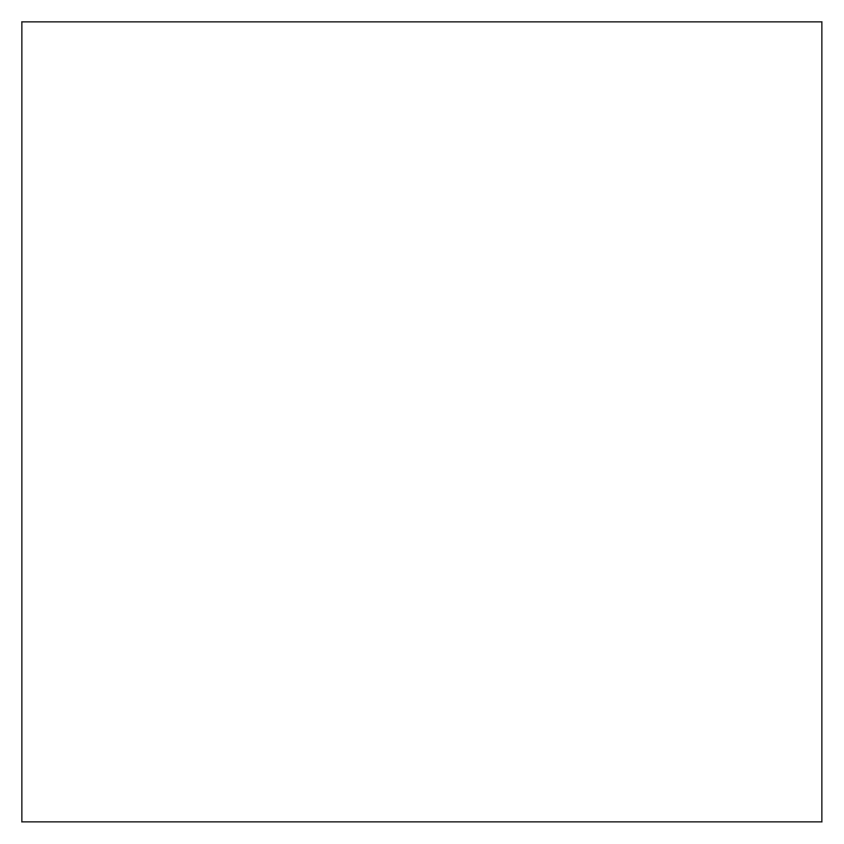
Above: SystemArchitecture.drawio in dikshyarai10/CHMD- (draw.io), before the change. Source tidied: cells renumbered, new cells numbered last; positions are measured from the earlier drawing's top-left corner, leaving out a move shared by most shapes. Both pictures are drawn from the tidied source at 125%, with x=0, y=0 at pixel (21, 21).
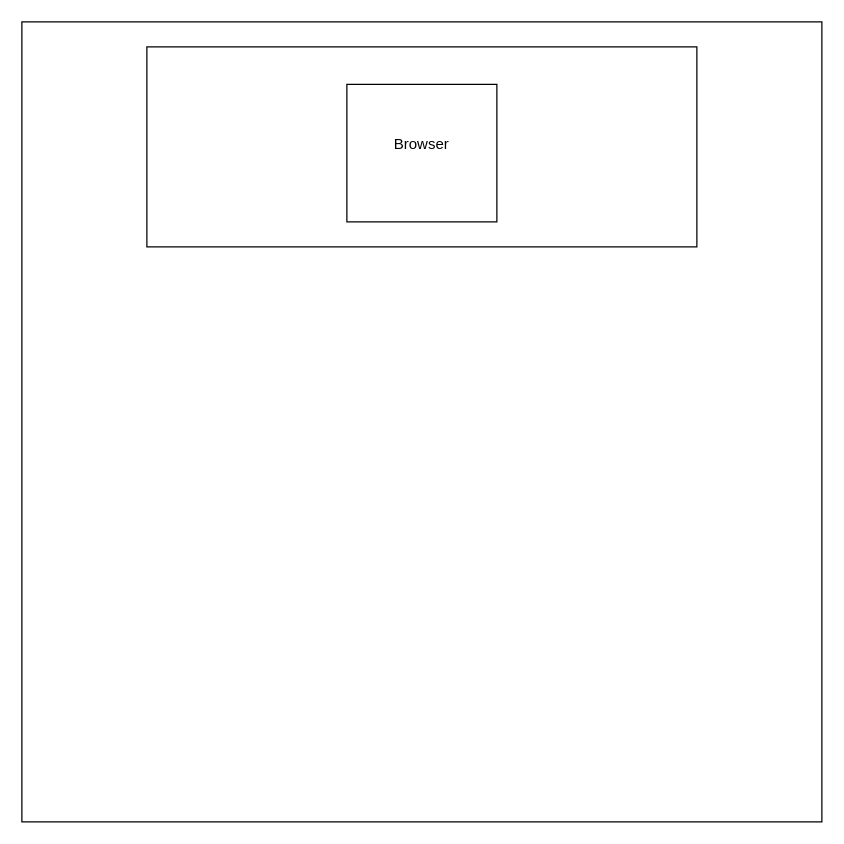
The same page after the edit.

Diff of the diagram source:
```diff
@@
 <mxGraphModel>
   <root>
     <mxCell id="0" />
     <mxCell id="1" parent="0" />
     <mxCell id="2" style="rounded=0;whiteSpace=wrap;html=1;" parent="1" vertex="1">
       <mxGeometry width="640" height="640" as="geometry" />
     </mxCell>
+    <mxCell id="3" style="rounded=0;whiteSpace=wrap;html=1;" parent="1" vertex="1">
+      <mxGeometry x="100" y="20" width="440" height="160" as="geometry" />
+    </mxCell>
+    <mxCell id="4" value="Browser&lt;div&gt;&lt;br&gt;&lt;/div&gt;" style="rounded=0;whiteSpace=wrap;html=1;" parent="1" vertex="1">
+      <mxGeometry x="260" y="50" width="120" height="110" as="geometry" />
+    </mxCell>
   </root>
 </mxGraphModel>
```
